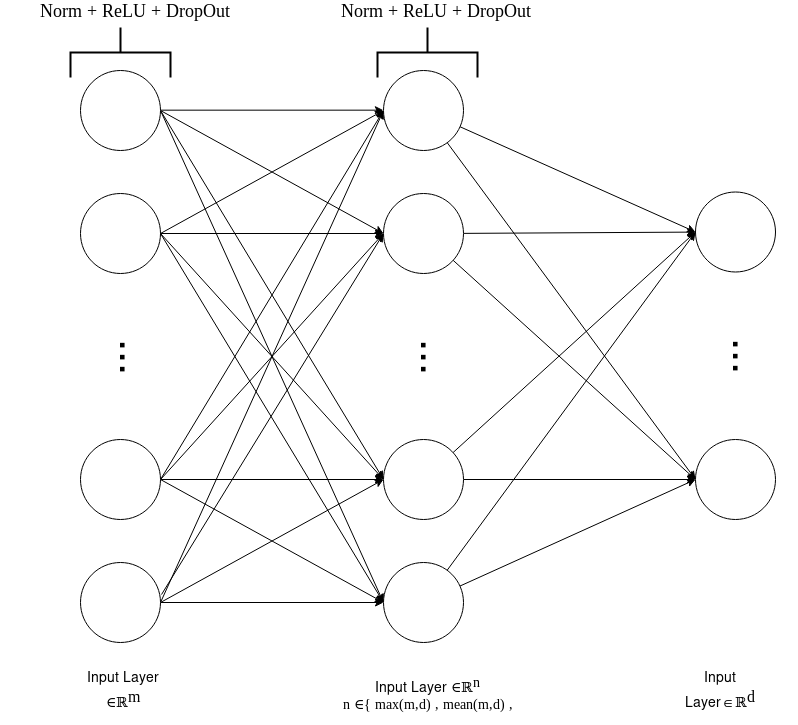
DSARG/amorf keeps this draw.io diagram as NN.png. Above is the earlier version. Source tidied: cells renumbered, new cells last; positions are measured from the earlier drawing's top-left corner, leaving out a move shared by most shapes. Its diagram source:
```xml
<mxGraphModel>
  <root>
    <mxCell id="0" />
    <mxCell id="1" parent="0" />
    <mxCell id="2" style="edgeStyle=none;rounded=0;jettySize=auto;html=1;entryX=0;entryY=0.5;entryDx=0;entryDy=0;exitX=1;exitY=0.5;exitDx=0;exitDy=0;" parent="1" edge="1" source="5" target="28">
      <mxGeometry relative="1" as="geometry" />
    </mxCell>
    <mxCell id="3" style="edgeStyle=none;rounded=0;jettySize=auto;html=1;entryX=0;entryY=0.5;entryDx=0;entryDy=0;exitX=1;exitY=0.5;exitDx=0;exitDy=0;" parent="1" edge="1" source="5" target="31">
      <mxGeometry relative="1" as="geometry" />
    </mxCell>
    <mxCell id="4" style="edgeStyle=none;rounded=0;jettySize=auto;html=1;entryX=0;entryY=0.5;entryDx=0;entryDy=0;exitX=1;exitY=0.5;exitDx=0;exitDy=0;" parent="1" edge="1" source="5" target="34">
      <mxGeometry relative="1" as="geometry" />
    </mxCell>
    <mxCell id="5" style="ellipse;whiteSpace=wrap;html=1;" parent="1" vertex="1">
      <mxGeometry x="80" y="193" width="80" height="80" as="geometry" />
    </mxCell>
    <mxCell id="6" style="edgeStyle=orthogonalEdgeStyle;rounded=0;jettySize=auto;html=1;exitX=1;exitY=0.5;exitDx=0;exitDy=0;entryX=0;entryY=0.5;entryDx=0;entryDy=0;" parent="1" edge="1" source="11" target="28">
      <mxGeometry relative="1" as="geometry" />
    </mxCell>
    <mxCell id="7" style="edgeStyle=none;rounded=0;jettySize=auto;html=1;exitX=1;exitY=0.5;exitDx=0;exitDy=0;" parent="1" edge="1" source="5" target="25">
      <mxGeometry relative="1" as="geometry" />
    </mxCell>
    <mxCell id="8" style="edgeStyle=none;rounded=0;jettySize=auto;html=1;entryX=0;entryY=0.5;entryDx=0;entryDy=0;exitX=1;exitY=0.5;exitDx=0;exitDy=0;" parent="1" edge="1" source="11" target="25">
      <mxGeometry relative="1" as="geometry" />
    </mxCell>
    <mxCell id="9" style="edgeStyle=none;rounded=0;jettySize=auto;html=1;entryX=0;entryY=0.5;entryDx=0;entryDy=0;exitX=1;exitY=0.5;exitDx=0;exitDy=0;" parent="1" edge="1" source="11" target="31">
      <mxGeometry relative="1" as="geometry" />
    </mxCell>
    <mxCell id="10" style="edgeStyle=none;rounded=0;jettySize=auto;html=1;entryX=0;entryY=0.5;entryDx=0;entryDy=0;exitX=1;exitY=0.5;exitDx=0;exitDy=0;" parent="1" edge="1" source="11" target="34">
      <mxGeometry relative="1" as="geometry" />
    </mxCell>
    <mxCell id="11" style="ellipse;whiteSpace=wrap;html=1;" parent="1" vertex="1">
      <mxGeometry x="80" y="70" width="80" height="80" as="geometry" />
    </mxCell>
    <mxCell id="12" style="edgeStyle=none;rounded=0;jettySize=auto;html=1;entryX=0;entryY=0.5;entryDx=0;entryDy=0;exitX=1;exitY=0.5;exitDx=0;exitDy=0;" parent="1" edge="1" source="16" target="28">
      <mxGeometry relative="1" as="geometry" />
    </mxCell>
    <mxCell id="13" style="edgeStyle=none;rounded=0;jettySize=auto;html=1;entryX=0;entryY=0.5;entryDx=0;entryDy=0;exitX=1;exitY=0.5;exitDx=0;exitDy=0;" parent="1" edge="1" source="16" target="25">
      <mxGeometry relative="1" as="geometry" />
    </mxCell>
    <mxCell id="14" style="edgeStyle=none;rounded=0;jettySize=auto;html=1;" parent="1" edge="1" source="16" target="31">
      <mxGeometry relative="1" as="geometry" />
    </mxCell>
    <mxCell id="15" style="edgeStyle=none;rounded=0;jettySize=auto;html=1;entryX=0;entryY=0.5;entryDx=0;entryDy=0;exitX=1;exitY=0.5;exitDx=0;exitDy=0;" parent="1" edge="1" source="16" target="34">
      <mxGeometry relative="1" as="geometry" />
    </mxCell>
    <mxCell id="16" style="ellipse;whiteSpace=wrap;html=1;" parent="1" vertex="1">
      <mxGeometry x="80" y="439" width="80" height="80" as="geometry" />
    </mxCell>
    <mxCell id="17" style="edgeStyle=none;rounded=0;jettySize=auto;html=1;entryX=0;entryY=0.5;entryDx=0;entryDy=0;exitX=1;exitY=0.5;exitDx=0;exitDy=0;" parent="1" edge="1" source="21" target="28">
      <mxGeometry relative="1" as="geometry" />
    </mxCell>
    <mxCell id="18" style="edgeStyle=none;rounded=0;jettySize=auto;html=1;entryX=0;entryY=0.5;entryDx=0;entryDy=0;exitX=1.013;exitY=0.4;exitDx=0;exitDy=0;exitPerimeter=0;" parent="1" edge="1" source="21" target="25">
      <mxGeometry relative="1" as="geometry" />
    </mxCell>
    <mxCell id="19" style="edgeStyle=none;rounded=0;jettySize=auto;html=1;entryX=0;entryY=0.5;entryDx=0;entryDy=0;exitX=1;exitY=0.5;exitDx=0;exitDy=0;" parent="1" edge="1" source="21" target="31">
      <mxGeometry relative="1" as="geometry" />
    </mxCell>
    <mxCell id="20" style="edgeStyle=none;rounded=0;jettySize=auto;html=1;entryX=0;entryY=0.5;entryDx=0;entryDy=0;" parent="1" edge="1" source="21" target="34">
      <mxGeometry relative="1" as="geometry" />
    </mxCell>
    <mxCell id="21" style="ellipse;whiteSpace=wrap;html=1;" parent="1" vertex="1">
      <mxGeometry x="80" y="562" width="80" height="80" as="geometry" />
    </mxCell>
    <mxCell id="22" value="&lt;div style=&quot;font-size: 44px&quot;&gt;&lt;font style=&quot;font-size: 44px&quot;&gt;...&lt;/font&gt;&lt;/div&gt;&lt;div style=&quot;font-size: 44px&quot;&gt;&lt;font style=&quot;font-size: 44px&quot;&gt;&lt;br&gt;&lt;/font&gt;&lt;/div&gt;" style="text;html=1;strokeColor=none;fillColor=none;align=center;verticalAlign=middle;whiteSpace=wrap;rounded=0;rotation=90;" parent="1" vertex="1">
      <mxGeometry x="86" y="346" width="40" height="20" as="geometry" />
    </mxCell>
    <mxCell id="23" style="edgeStyle=none;rounded=0;jettySize=auto;html=1;" parent="1" edge="1" source="25" target="36">
      <mxGeometry relative="1" as="geometry" />
    </mxCell>
    <mxCell id="24" style="edgeStyle=none;rounded=0;jettySize=auto;html=1;entryX=0;entryY=0.5;entryDx=0;entryDy=0;" parent="1" edge="1" source="25" target="37">
      <mxGeometry relative="1" as="geometry" />
    </mxCell>
    <mxCell id="25" style="ellipse;whiteSpace=wrap;html=1;" parent="1" vertex="1">
      <mxGeometry x="383" y="193" width="80" height="80" as="geometry" />
    </mxCell>
    <mxCell id="26" style="edgeStyle=none;rounded=0;jettySize=auto;html=1;entryX=0;entryY=0.5;entryDx=0;entryDy=0;" parent="1" edge="1" source="28" target="36">
      <mxGeometry relative="1" as="geometry" />
    </mxCell>
    <mxCell id="27" style="edgeStyle=none;rounded=0;jettySize=auto;html=1;entryX=0;entryY=0.5;entryDx=0;entryDy=0;" parent="1" edge="1" source="28" target="37">
      <mxGeometry relative="1" as="geometry" />
    </mxCell>
    <mxCell id="28" style="ellipse;whiteSpace=wrap;html=1;" parent="1" vertex="1">
      <mxGeometry x="383" y="70" width="80" height="80" as="geometry" />
    </mxCell>
    <mxCell id="29" style="edgeStyle=none;rounded=0;jettySize=auto;html=1;entryX=0;entryY=0.5;entryDx=0;entryDy=0;" parent="1" edge="1" source="31" target="36">
      <mxGeometry relative="1" as="geometry" />
    </mxCell>
    <mxCell id="30" style="edgeStyle=none;rounded=0;jettySize=auto;html=1;entryX=0;entryY=0.5;entryDx=0;entryDy=0;" parent="1" edge="1" source="31" target="37">
      <mxGeometry relative="1" as="geometry" />
    </mxCell>
    <mxCell id="31" style="ellipse;whiteSpace=wrap;html=1;" parent="1" vertex="1">
      <mxGeometry x="383" y="439" width="80" height="80" as="geometry" />
    </mxCell>
    <mxCell id="32" style="edgeStyle=none;rounded=0;jettySize=auto;html=1;entryX=0;entryY=0.5;entryDx=0;entryDy=0;" parent="1" edge="1" source="34" target="36">
      <mxGeometry relative="1" as="geometry" />
    </mxCell>
    <mxCell id="33" style="edgeStyle=none;rounded=0;jettySize=auto;html=1;entryX=0;entryY=0.5;entryDx=0;entryDy=0;" parent="1" edge="1" source="34" target="37">
      <mxGeometry relative="1" as="geometry" />
    </mxCell>
    <mxCell id="34" style="ellipse;whiteSpace=wrap;html=1;" parent="1" vertex="1">
      <mxGeometry x="383" y="562" width="80" height="80" as="geometry" />
    </mxCell>
    <mxCell id="35" value="&lt;div style=&quot;font-size: 44px&quot;&gt;&lt;font style=&quot;font-size: 44px&quot;&gt;...&lt;/font&gt;&lt;/div&gt;&lt;div style=&quot;font-size: 44px&quot;&gt;&lt;font style=&quot;font-size: 44px&quot;&gt;&lt;br&gt;&lt;/font&gt;&lt;/div&gt;" style="text;html=1;strokeColor=none;fillColor=none;align=center;verticalAlign=middle;whiteSpace=wrap;rounded=0;rotation=90;" parent="1" vertex="1">
      <mxGeometry x="387" y="346" width="40" height="20" as="geometry" />
    </mxCell>
    <mxCell id="36" style="ellipse;whiteSpace=wrap;html=1;flipV=1;" parent="1" vertex="1">
      <mxGeometry x="695" y="191.5" width="80" height="80" as="geometry" />
    </mxCell>
    <mxCell id="37" style="ellipse;whiteSpace=wrap;html=1;flipV=1;" parent="1" vertex="1">
      <mxGeometry x="695" y="439" width="80" height="80" as="geometry" />
    </mxCell>
    <mxCell id="38" value="&lt;div style=&quot;font-size: 44px&quot;&gt;&lt;font style=&quot;font-size: 44px&quot;&gt;...&lt;/font&gt;&lt;/div&gt;&lt;div style=&quot;font-size: 44px&quot;&gt;&lt;font style=&quot;font-size: 44px&quot;&gt;&lt;br&gt;&lt;/font&gt;&lt;/div&gt;" style="text;html=1;strokeColor=none;fillColor=none;align=center;verticalAlign=middle;whiteSpace=wrap;rounded=0;rotation=90;flipV=1;" parent="1" vertex="1">
      <mxGeometry x="699" y="345" width="40" height="20" as="geometry" />
    </mxCell>
    <mxCell id="39" style="strokeWidth=2;html=1;shape=mxgraph.flowchart.annotation_2;align=left;rotation=90;" parent="1" vertex="1">
      <mxGeometry x="95" y="2" width="50" height="100" as="geometry" />
    </mxCell>
    <mxCell id="40" style="strokeWidth=2;html=1;shape=mxgraph.flowchart.annotation_2;align=left;rotation=90;" parent="1" vertex="1">
      <mxGeometry x="402" y="2" width="50" height="100" as="geometry" />
    </mxCell>
    <mxCell id="41" value="&lt;font style=&quot;font-size: 18px&quot;&gt;Norm + ReLU + DropOut&lt;/font&gt;" style="text;html=1;strokeColor=none;fillColor=none;align=center;verticalAlign=middle;whiteSpace=wrap;rounded=0;fontFamily=Times New Roman;" parent="1" vertex="1">
      <mxGeometry x="335" width="200" height="20" as="geometry" />
    </mxCell>
    <mxCell id="42" value="&lt;font style=&quot;font-size: 18px&quot;&gt;Norm + ReLU + DropOut&lt;/font&gt;" style="text;html=1;strokeColor=none;fillColor=none;align=center;verticalAlign=middle;whiteSpace=wrap;rounded=0;fontFamily=Times New Roman;" parent="1" vertex="1">
      <mxGeometry x="34" width="200" height="20" as="geometry" />
    </mxCell>
    <mxCell id="43" value="Input Layer &lt;font face=&quot;Times New Roman&quot;&gt;∈ℝ&lt;sup&gt;&lt;font style=&quot;font-size: 12pt&quot; size=&quot;3&quot;&gt;m&lt;/font&gt;&lt;/sup&gt;&lt;/font&gt;&lt;br&gt;&lt;div&gt;&amp;nbsp;&lt;/div&gt;" style="text;html=1;strokeColor=none;fillColor=none;align=center;verticalAlign=middle;whiteSpace=wrap;rounded=0;fontSize=14;" parent="1" vertex="1">
      <mxGeometry y="660" width="245" height="60" as="geometry" />
    </mxCell>
    <mxCell id="44" value="&lt;div style=&quot;font-size: 14px&quot;&gt;Input Layer &lt;font face=&quot;Times New Roman&quot;&gt;∈ℝ&lt;font style=&quot;font-size: 14px&quot;&gt;&lt;sup style=&quot;font-size: 14px&quot;&gt;&lt;font style=&quot;font-size: 14px&quot;&gt;n&lt;/font&gt;&lt;/sup&gt;&lt;/font&gt;&lt;/font&gt; &lt;br style=&quot;font-size: 14px&quot;&gt;&lt;/div&gt;&lt;div style=&quot;font-size: 14px&quot;&gt;&lt;font style=&quot;font-size: 14px&quot; face=&quot;Times New Roman&quot;&gt;n &lt;/font&gt;&lt;font style=&quot;font-size: 14px&quot; face=&quot;Times New Roman&quot;&gt;∈{ max(m,d) , mean(m,d) , 2d}&lt;/font&gt;&lt;br style=&quot;font-size: 14px&quot;&gt;&lt;/div&gt;" style="text;html=1;strokeColor=none;fillColor=none;align=center;verticalAlign=middle;whiteSpace=wrap;rounded=0;fontSize=14;" parent="1" vertex="1">
      <mxGeometry x="312.5" y="663.5" width="230" height="60" as="geometry" />
    </mxCell>
    <mxCell id="45" value="&lt;div&gt;Input Layer∈ℝ&lt;font face=&quot;Liberation Serif, serif&quot;&gt;&lt;sup&gt;&lt;font style=&quot;font-size: 12pt&quot; size=&quot;3&quot;&gt;d &lt;br&gt;&lt;/font&gt;&lt;/sup&gt;&lt;/font&gt;&lt;/div&gt;&lt;div&gt;&lt;font face=&quot;Liberation Serif, serif&quot;&gt;&lt;sup&gt;&lt;font style=&quot;font-size: 12pt&quot; size=&quot;3&quot;&gt;&lt;br&gt;&lt;/font&gt;&lt;/sup&gt;&lt;/font&gt;&lt;/div&gt;" style="text;html=1;strokeColor=none;fillColor=none;align=center;verticalAlign=middle;whiteSpace=wrap;rounded=0;fontSize=14;" parent="1" vertex="1">
      <mxGeometry x="642" y="663.5" width="154" height="60" as="geometry" />
    </mxCell>
  </root>
</mxGraphModel>
```
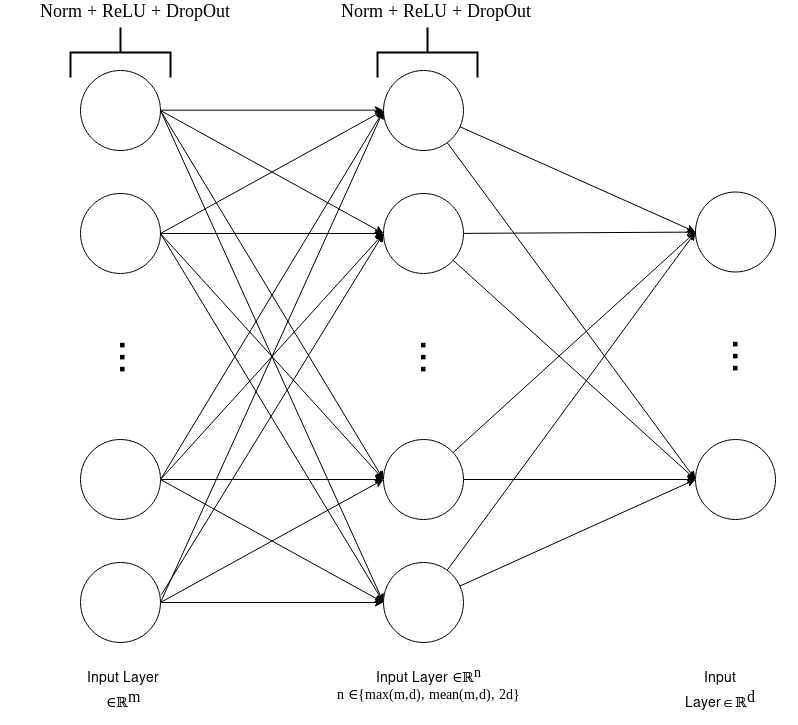
The same diagram one commit later.

The edit, as a diff of the source:
```diff
@@ -128,8 +128,8 @@
     <mxCell id="43" value="Input Layer &lt;font face=&quot;Times New Roman&quot;&gt;∈ℝ&lt;sup&gt;&lt;font style=&quot;font-size: 12pt&quot; size=&quot;3&quot;&gt;m&lt;/font&gt;&lt;/sup&gt;&lt;/font&gt;&lt;br&gt;&lt;div&gt;&amp;nbsp;&lt;/div&gt;" style="text;html=1;strokeColor=none;fillColor=none;align=center;verticalAlign=middle;whiteSpace=wrap;rounded=0;fontSize=14;" parent="1" vertex="1">
       <mxGeometry y="660" width="245" height="60" as="geometry" />
     </mxCell>
-    <mxCell id="44" value="&lt;div style=&quot;font-size: 14px&quot;&gt;Input Layer &lt;font face=&quot;Times New Roman&quot;&gt;∈ℝ&lt;font style=&quot;font-size: 14px&quot;&gt;&lt;sup style=&quot;font-size: 14px&quot;&gt;&lt;font style=&quot;font-size: 14px&quot;&gt;n&lt;/font&gt;&lt;/sup&gt;&lt;/font&gt;&lt;/font&gt; &lt;br style=&quot;font-size: 14px&quot;&gt;&lt;/div&gt;&lt;div style=&quot;font-size: 14px&quot;&gt;&lt;font style=&quot;font-size: 14px&quot; face=&quot;Times New Roman&quot;&gt;n &lt;/font&gt;&lt;font style=&quot;font-size: 14px&quot; face=&quot;Times New Roman&quot;&gt;∈{ max(m,d) , mean(m,d) , 2d}&lt;/font&gt;&lt;br style=&quot;font-size: 14px&quot;&gt;&lt;/div&gt;" style="text;html=1;strokeColor=none;fillColor=none;align=center;verticalAlign=middle;whiteSpace=wrap;rounded=0;fontSize=14;" parent="1" vertex="1">
-      <mxGeometry x="312.5" y="663.5" width="230" height="60" as="geometry" />
+    <mxCell id="44" value="&lt;div style=&quot;font-size: 14px&quot;&gt;Input Layer &lt;font face=&quot;Times New Roman&quot;&gt;∈ℝ&lt;font style=&quot;font-size: 14px&quot;&gt;&lt;sup style=&quot;font-size: 14px&quot;&gt;&lt;font style=&quot;font-size: 14px&quot;&gt;n&lt;/font&gt;&lt;/sup&gt;&lt;/font&gt;&lt;/font&gt; &lt;br style=&quot;font-size: 14px&quot;&gt;&lt;/div&gt;&lt;div style=&quot;font-size: 14px&quot;&gt;&lt;font style=&quot;font-size: 14px&quot; face=&quot;Times New Roman&quot;&gt;n &lt;/font&gt;&lt;font style=&quot;font-size: 14px&quot; face=&quot;Times New Roman&quot;&gt;∈{max(m,d), mean(m,d), 2d}&lt;/font&gt;&lt;br style=&quot;font-size: 14px&quot;&gt;&lt;/div&gt;" style="text;html=1;strokeColor=none;fillColor=none;align=center;verticalAlign=middle;whiteSpace=wrap;rounded=0;fontSize=14;" parent="1" vertex="1">
+      <mxGeometry x="312.5" y="653.5" width="230" height="60" as="geometry" />
     </mxCell>
     <mxCell id="45" value="&lt;div&gt;Input Layer∈ℝ&lt;font face=&quot;Liberation Serif, serif&quot;&gt;&lt;sup&gt;&lt;font style=&quot;font-size: 12pt&quot; size=&quot;3&quot;&gt;d &lt;br&gt;&lt;/font&gt;&lt;/sup&gt;&lt;/font&gt;&lt;/div&gt;&lt;div&gt;&lt;font face=&quot;Liberation Serif, serif&quot;&gt;&lt;sup&gt;&lt;font style=&quot;font-size: 12pt&quot; size=&quot;3&quot;&gt;&lt;br&gt;&lt;/font&gt;&lt;/sup&gt;&lt;/font&gt;&lt;/div&gt;" style="text;html=1;strokeColor=none;fillColor=none;align=center;verticalAlign=middle;whiteSpace=wrap;rounded=0;fontSize=14;" parent="1" vertex="1">
       <mxGeometry x="642" y="663.5" width="154" height="60" as="geometry" />
```
